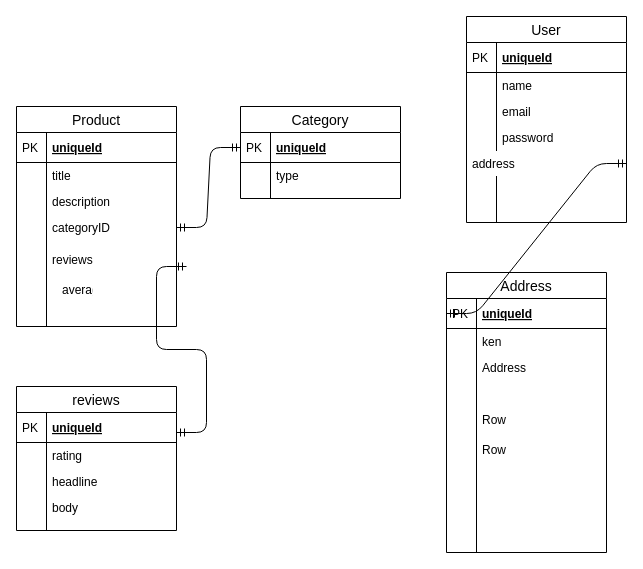
This is server/mongo.drawio from noguchidaisuke/nuxt-ecommerce, a draw.io file, before an edit. Source tidied: cells renumbered, new cells numbered last; positions are measured from the earlier drawing's top-left corner, leaving out a move shared by most shapes. Both pictures are drawn from the tidied source at 100%, with x=0, y=0 at pixel (16, 16).
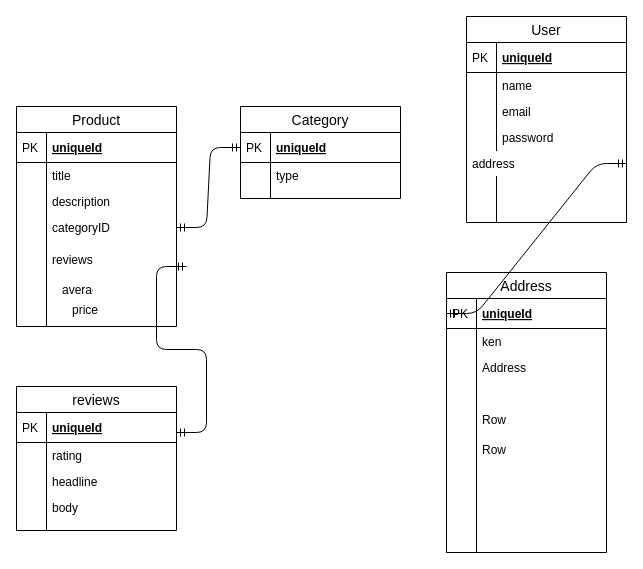
The same diagram, later.

Diff of the diagram source:
```diff
@@
+    <mxCell id="61" value="price&#10;" style="text;strokeColor=none;fillColor=none;spacingLeft=4;spacingRight=4;overflow=hidden;fontSize=12;" parent="1" vertex="1">
+      <mxGeometry x="50" y="280" width="40" height="26" as="geometry" />
+    </mxCell>
```
